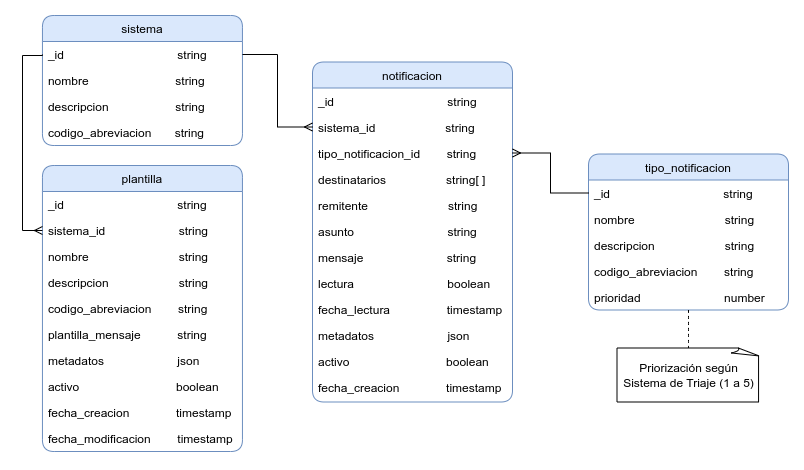
Before: database/notificaciones_crud.png, a diagram exported from draw.io (udistrital/notificaciones_crud). Source tidied: cells renumbered, new cells last; positions are measured from the earlier drawing's top-left corner, leaving out a move shared by most shapes.
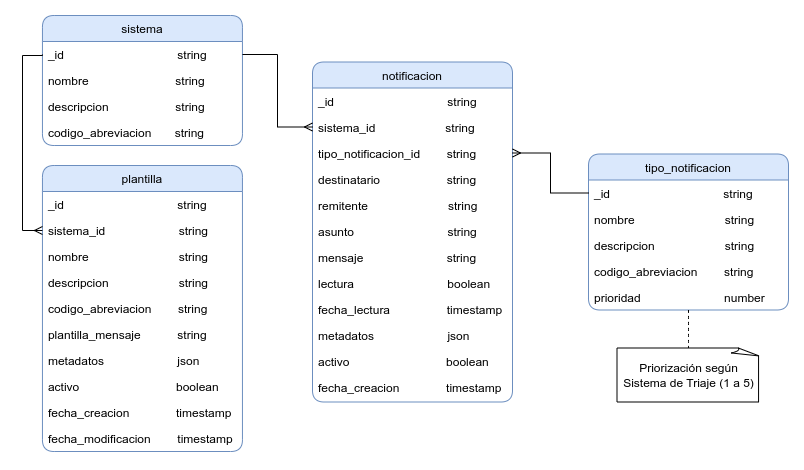
Later version of the same file.

Commit message:
feat: Modelo de datos

The edit, as a diff of the source:
```diff
@@ -14,7 +14,7 @@
     <mxCell id="5" value="tipo_notificacion_id        string" style="text;align=left;verticalAlign=top;spacingLeft=4;spacingRight=4;overflow=hidden;points=[[0,0.5],[1,0.5]];portConstraint=eastwest;" parent="2" vertex="1">
       <mxGeometry y="78" width="200" height="26" as="geometry" />
     </mxCell>
-    <mxCell id="6" value="destinatarios                  string[ ]" style="text;align=left;verticalAlign=top;spacingLeft=4;spacingRight=4;overflow=hidden;rounded=0;shadow=0;html=0;" parent="2" vertex="1">
+    <mxCell id="6" value="destinatario                    string" style="text;align=left;verticalAlign=top;spacingLeft=4;spacingRight=4;overflow=hidden;rounded=0;shadow=0;html=0;" parent="2" vertex="1">
       <mxGeometry y="104" width="200" height="26" as="geometry" />
     </mxCell>
     <mxCell id="7" value="remitente                        string" style="text;align=left;verticalAlign=top;spacingLeft=4;spacingRight=4;overflow=hidden;rounded=0;shadow=0;html=0;" parent="2" vertex="1">
```
